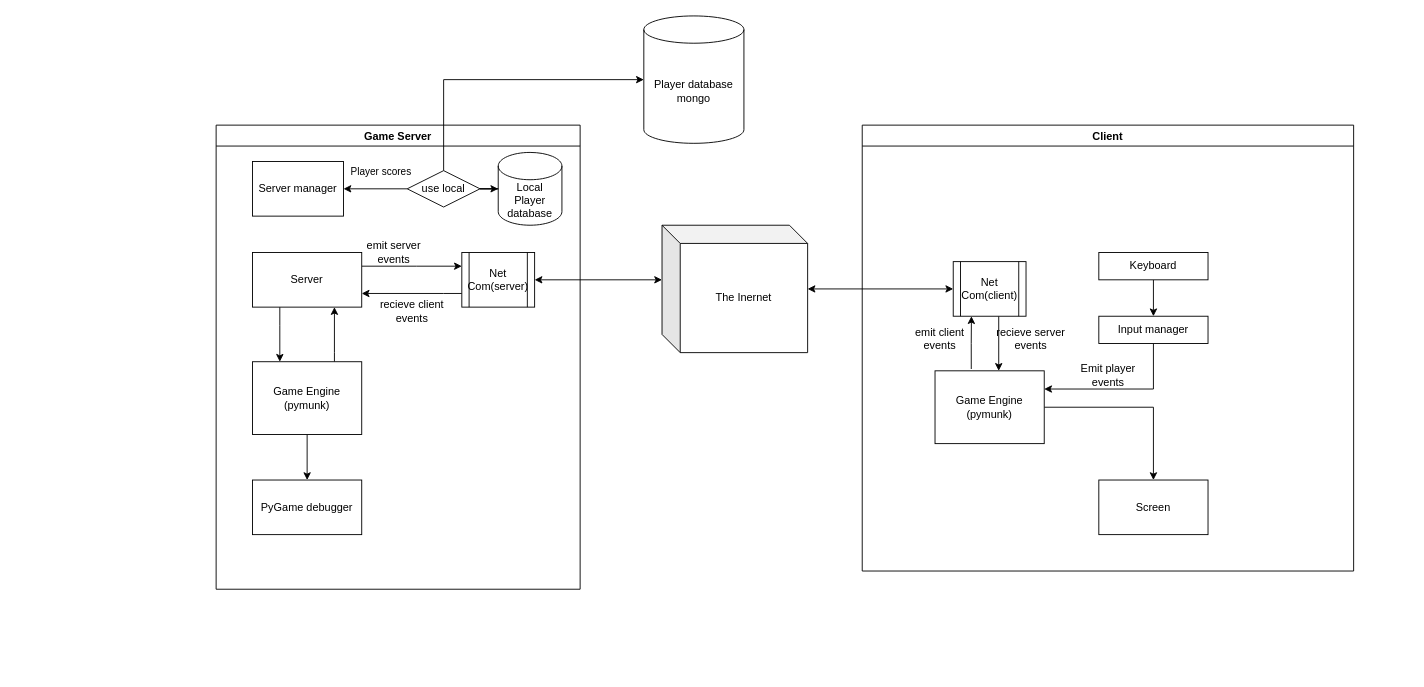
The draw.io diagram src/doc/pipeline.drawio in Tubular-Terriers/code-jam, before the edit. Source tidied: cells renumbered, new cells numbered last; positions are measured from the earlier drawing's top-left corner, leaving out a move shared by most shapes. Both pictures are drawn from the tidied source at 91%, with x=0, y=0 at pixel (216, 15).
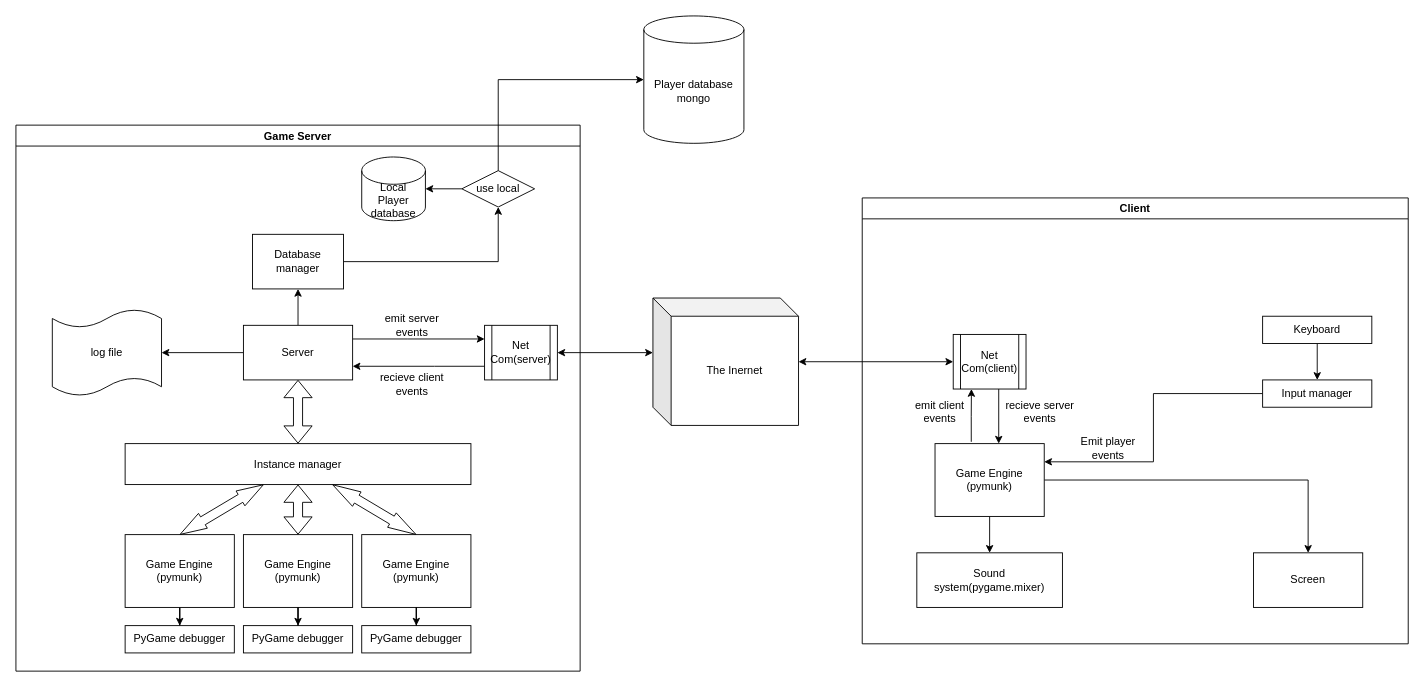
Above is the later version.

Commit message:
add sounds, update server side structure

Unchanged cells that the change refers to:
```xml
<mxCell id="5" value="Game Engine&lt;br&gt;(pymunk)" style="rounded=0;whiteSpace=wrap;html=1;" parent="2" vertex="1">
  <mxGeometry x="80" y="270" width="120" height="80" as="geometry" />
</mxCell>
<mxCell id="30" value="Player database&lt;br&gt;mongo" style="shape=cylinder3;whiteSpace=wrap;html=1;boundedLbl=1;backgroundOutline=1;size=15;" parent="1" vertex="1">
  <mxGeometry x="470" width="110" height="140" as="geometry" />
</mxCell>
```

The edit, as a diff of the source:
```diff
@@
     <mxCell id="2" value="Client" style="swimlane;" parent="1" vertex="1">
-      <mxGeometry x="710" y="120" width="540" height="490" as="geometry" />
+      <mxGeometry x="710" y="200" width="600" height="490" as="geometry" />
     </mxCell>
@@
+    <mxCell id="39" style="edgeStyle=orthogonalEdgeStyle;rounded=0;jettySize=auto;html=1;entryX=0.5;entryY=0;entryDx=0;entryDy=0;" parent="2" edge="1" source="5" target="40">
+      <mxGeometry relative="1" as="geometry" />
+    </mxCell>
@@
     <mxCell id="8" value="recieve server&lt;br&gt;events" style="text;html=1;align=center;verticalAlign=middle;strokeColor=none;" parent="2" vertex="1">
-      <mxGeometry x="140" y="220" width="90" height="30" as="geometry" />
+      <mxGeometry x="150" y="220" width="90" height="30" as="geometry" />
     </mxCell>
@@
     <mxCell id="11" value="Keyboard" style="rounded=0;whiteSpace=wrap;html=1;" parent="2" vertex="1">
-      <mxGeometry x="260" y="140" width="120" height="30" as="geometry" />
+      <mxGeometry x="440" y="130" width="120" height="30" as="geometry" />
     </mxCell>
@@
     <mxCell id="13" value="Input manager" style="rounded=0;whiteSpace=wrap;html=1;" parent="2" vertex="1">
-      <mxGeometry x="260" y="210" width="120" height="30" as="geometry" />
+      <mxGeometry x="440" y="200" width="120" height="30" as="geometry" />
     </mxCell>
@@
     <mxCell id="15" value="Screen" style="rounded=0;whiteSpace=wrap;html=1;" parent="2" vertex="1">
-      <mxGeometry x="260" y="390" width="120" height="60" as="geometry" />
+      <mxGeometry x="430" y="390" width="120" height="60" as="geometry" />
     </mxCell>
+    <mxCell id="40" value="Sound system(pygame.mixer)" style="rounded=0;whiteSpace=wrap;html=1;" parent="2" vertex="1">
+      <mxGeometry x="60" y="390" width="160" height="60" as="geometry" />
+    </mxCell>
     <mxCell id="16" value="Game Server" style="swimlane;" parent="1" vertex="1">
-      <mxGeometry y="120" width="400" height="510" as="geometry" />
+      <mxGeometry x="-220" y="120" width="620" height="600" as="geometry" />
     </mxCell>
-    <mxCell id="17" style="edgeStyle=orthogonalEdgeStyle;rounded=0;jettySize=auto;html=1;" parent="16" edge="1" source="19" target="24">
-      <mxGeometry relative="1" as="geometry">
-        <Array as="points">
-          <mxPoint x="130" y="250" />
-          <mxPoint x="130" y="250" />
-        </Array>
-      </mxGeometry>
-    </mxCell>
@@
     <mxCell id="19" value="Game Engine&lt;br&gt;(pymunk)" style="rounded=0;whiteSpace=wrap;html=1;" parent="16" vertex="1">
-      <mxGeometry x="40" y="260" width="120" height="80" as="geometry" />
+      <mxGeometry x="120" y="450" width="120" height="80" as="geometry" />
     </mxCell>
     <mxCell id="20" style="edgeStyle=orthogonalEdgeStyle;rounded=0;jettySize=auto;html=1;entryX=1;entryY=0.75;entryDx=0;entryDy=0;startArrow=none;startFill=0;" parent="16" edge="1" source="21" target="24">
       <mxGeometry relative="1" as="geometry">
         <Array as="points">
-          <mxPoint x="250" y="185" />
-          <mxPoint x="250" y="185" />
+          <mxPoint x="460" y="265" />
+          <mxPoint x="460" y="265" />
         </Array>
       </mxGeometry>
     </mxCell>
     <mxCell id="21" value="Net Com(server)" style="shape=process;whiteSpace=wrap;html=1;backgroundOutline=1;" parent="16" vertex="1">
-      <mxGeometry x="270" y="140" width="80" height="60" as="geometry" />
+      <mxGeometry x="515" y="220" width="80" height="60" as="geometry" />
     </mxCell>
-    <mxCell id="22" style="edgeStyle=orthogonalEdgeStyle;rounded=0;jettySize=auto;html=1;entryX=0.25;entryY=0;entryDx=0;entryDy=0;" parent="16" edge="1" source="24" target="19">
-      <mxGeometry relative="1" as="geometry">
-        <Array as="points">
-          <mxPoint x="70" y="220" />
-          <mxPoint x="70" y="220" />
-        </Array>
-      </mxGeometry>
-    </mxCell>
     <mxCell id="23" style="edgeStyle=orthogonalEdgeStyle;rounded=0;jettySize=auto;html=1;entryX=0;entryY=0.25;entryDx=0;entryDy=0;startArrow=none;startFill=0;" parent="16" edge="1" source="24" target="21">
       <mxGeometry relative="1" as="geometry">
         <Array as="points">
-          <mxPoint x="220" y="155" />
-          <mxPoint x="220" y="155" />
+          <mxPoint x="430" y="235" />
+          <mxPoint x="430" y="235" />
         </Array>
       </mxGeometry>
     </mxCell>
+    <mxCell id="41" style="edgeStyle=orthogonalEdgeStyle;rounded=0;jettySize=auto;html=1;entryX=0.5;entryY=1;entryDx=0;entryDy=0;" parent="16" edge="1" source="24" target="25">
+      <mxGeometry relative="1" as="geometry" />
+    </mxCell>
+    <mxCell id="42" style="edgeStyle=orthogonalEdgeStyle;rounded=0;jettySize=auto;html=1;entryX=1;entryY=0.5;entryDx=0;entryDy=0;entryPerimeter=0;" parent="16" edge="1" source="24" target="54">
+      <mxGeometry relative="1" as="geometry" />
+    </mxCell>
     <mxCell id="24" value="Server" style="rounded=0;whiteSpace=wrap;html=1;" parent="16" vertex="1">
-      <mxGeometry x="40" y="140" width="120" height="60" as="geometry" />
+      <mxGeometry x="250" y="220" width="120" height="60" as="geometry" />
     </mxCell>
+    <mxCell id="34" style="edgeStyle=orthogonalEdgeStyle;rounded=0;jettySize=auto;html=1;entryX=0.5;entryY=1;entryDx=0;entryDy=0;" parent="16" edge="1" source="25" target="33">
+      <mxGeometry relative="1" as="geometry" />
+    </mxCell>
-    <mxCell id="25" value="Server manager" style="rounded=0;whiteSpace=wrap;html=1;" parent="16" vertex="1">
-      <mxGeometry x="40" y="40" width="100" height="60" as="geometry" />
+    <mxCell id="25" value="Database manager" style="rounded=0;whiteSpace=wrap;html=1;" parent="16" vertex="1">
+      <mxGeometry x="260" y="120" width="100" height="60" as="geometry" />
     </mxCell>
     <mxCell id="26" value="Local&lt;br&gt;Player database" style="shape=cylinder3;whiteSpace=wrap;html=1;boundedLbl=1;backgroundOutline=1;size=15;" parent="16" vertex="1">
-      <mxGeometry x="310" y="30" width="70" height="80" as="geometry" />
+      <mxGeometry x="380" y="35" width="70" height="70" as="geometry" />
     </mxCell>
     <mxCell id="27" value="emit server&lt;br&gt;events" style="text;html=1;align=center;verticalAlign=middle;strokeColor=none;" parent="16" vertex="1">
-      <mxGeometry x="160" y="125" width="70" height="30" as="geometry" />
+      <mxGeometry x="400" y="205" width="70" height="30" as="geometry" />
     </mxCell>
     <mxCell id="28" value="recieve client&lt;br&gt;events" style="text;html=1;align=center;verticalAlign=middle;strokeColor=none;" parent="16" vertex="1">
-      <mxGeometry x="170" y="190" width="90" height="30" as="geometry" />
+      <mxGeometry x="390" y="270" width="90" height="30" as="geometry" />
     </mxCell>
     <mxCell id="29" value="PyGame debugger" style="rounded=0;whiteSpace=wrap;html=1;" parent="16" vertex="1">
-      <mxGeometry x="40" y="390" width="120" height="60" as="geometry" />
+      <mxGeometry x="120" y="550" width="120" height="30" as="geometry" />
     </mxCell>
+    <mxCell id="43" value="Game Engine&lt;br&gt;(pymunk)" style="rounded=0;whiteSpace=wrap;html=1;" parent="16" vertex="1">
+      <mxGeometry x="250" y="450" width="120" height="80" as="geometry" />
+    </mxCell>
+    <mxCell id="44" value="PyGame debugger" style="rounded=0;whiteSpace=wrap;html=1;" parent="16" vertex="1">
+      <mxGeometry x="250" y="550" width="120" height="30" as="geometry" />
+    </mxCell>
+    <mxCell id="45" style="edgeStyle=orthogonalEdgeStyle;rounded=0;jettySize=auto;html=1;entryX=0.5;entryY=0;entryDx=0;entryDy=0;startArrow=none;startFill=0;" parent="16" edge="1" source="43" target="44">
+      <mxGeometry relative="1" as="geometry" />
+    </mxCell>
+    <mxCell id="46" value="Instance manager" style="rounded=0;whiteSpace=wrap;html=1;" parent="16" vertex="1">
+      <mxGeometry x="120" y="350" width="380" height="45" as="geometry" />
+    </mxCell>
+    <mxCell id="31" style="edgeStyle=orthogonalEdgeStyle;rounded=0;jettySize=auto;html=1;entryX=1;entryY=0.5;entryDx=0;entryDy=0;entryPerimeter=0;" parent="16" edge="1" source="33" target="26">
+      <mxGeometry relative="1" as="geometry" />
+    </mxCell>
+    <mxCell id="33" value="use local" style="rhombus;whiteSpace=wrap;html=1;" parent="16" vertex="1">
+      <mxGeometry x="490" y="50" width="80" height="40" as="geometry" />
+    </mxCell>
+    <mxCell id="47" style="shape=flexArrow;endArrow=classic;startArrow=classic;html=1;entryX=0.5;entryY=1;entryDx=0;entryDy=0;" parent="16" edge="1" source="46" target="24">
+      <mxGeometry relative="1" as="geometry" />
+    </mxCell>
+    <mxCell id="48" value="Game Engine&lt;br&gt;(pymunk)" style="rounded=0;whiteSpace=wrap;html=1;" parent="16" vertex="1">
+      <mxGeometry x="380" y="450" width="120" height="80" as="geometry" />
+    </mxCell>
+    <mxCell id="49" value="PyGame debugger" style="rounded=0;whiteSpace=wrap;html=1;" parent="16" vertex="1">
+      <mxGeometry x="380" y="550" width="120" height="30" as="geometry" />
+    </mxCell>
+    <mxCell id="50" style="edgeStyle=orthogonalEdgeStyle;rounded=0;jettySize=auto;html=1;entryX=0.5;entryY=0;entryDx=0;entryDy=0;startArrow=none;startFill=0;" parent="16" edge="1" source="48" target="49">
+      <mxGeometry relative="1" as="geometry" />
+    </mxCell>
+    <mxCell id="51" style="shape=flexArrow;endArrow=classic;startArrow=classic;html=1;exitX=0.5;exitY=0;exitDx=0;exitDy=0;endWidth=8;endSize=9.388571428571428;startWidth=8;startSize=9.388571428571428;" parent="16" edge="1" source="19" target="46">
+      <mxGeometry relative="1" as="geometry" />
+    </mxCell>
+    <mxCell id="52" style="shape=flexArrow;endArrow=classic;startArrow=classic;html=1;entryX=0.5;entryY=0;entryDx=0;entryDy=0;startWidth=7.428571428571429;startSize=9.90857142857143;endWidth=7.428571428571429;endSize=9.90857142857143;" parent="16" edge="1" source="46" target="48">
+      <mxGeometry relative="1" as="geometry" />
+    </mxCell>
+    <mxCell id="53" style="shape=flexArrow;endArrow=classic;startArrow=classic;html=1;entryX=0.5;entryY=0;entryDx=0;entryDy=0;" parent="16" edge="1" target="43">
+      <mxGeometry relative="1" as="geometry">
+        <mxPoint x="310" y="395" as="sourcePoint" />
+      </mxGeometry>
+    </mxCell>
+    <mxCell id="54" value="log file" style="shape=tape;whiteSpace=wrap;html=1;size=0.21052631578947367;" parent="16" vertex="1">
+      <mxGeometry x="40" y="202.5" width="120" height="95" as="geometry" />
+    </mxCell>
@@
-    <mxCell id="31" style="edgeStyle=orthogonalEdgeStyle;rounded=0;jettySize=auto;html=1;startArrow=none;startFill=1;entryX=0;entryY=0.5;entryDx=0;entryDy=0;entryPerimeter=0;" parent="1" edge="1" source="33" target="26">
-      <mxGeometry relative="1" as="geometry" />
-    </mxCell>
     <mxCell id="32" style="edgeStyle=orthogonalEdgeStyle;rounded=0;jettySize=auto;html=1;entryX=0;entryY=0.5;entryDx=0;entryDy=0;entryPerimeter=0;startArrow=none;startFill=0;" parent="1" edge="1" source="33" target="30">
       <mxGeometry relative="1" as="geometry">
         <Array as="points">
-          <mxPoint x="250" y="70" />
+          <mxPoint x="310" y="70" />
         </Array>
       </mxGeometry>
     </mxCell>
-    <mxCell id="33" value="use local" style="rhombus;whiteSpace=wrap;html=1;" parent="1" vertex="1">
-      <mxGeometry x="210" y="170" width="80" height="40" as="geometry" />
-    </mxCell>
-    <mxCell id="34" style="edgeStyle=orthogonalEdgeStyle;rounded=0;jettySize=auto;html=1;startArrow=classic;startFill=1;endArrow=none;" parent="1" edge="1" source="25" target="33">
-      <mxGeometry relative="1" as="geometry">
-        <Array as="points">
-          <mxPoint x="250" y="190" />
-        </Array>
-      </mxGeometry>
-    </mxCell>
-    <mxCell id="35" value="Player scores" style="edgeLabel;html=1;align=center;verticalAlign=middle;" parent="34" vertex="1">
-      <mxGeometry x="-0.46" y="1" relative="1" as="geometry">
-        <mxPoint x="21" y="-19" as="offset" />
-      </mxGeometry>
-    </mxCell>
@@
     <mxCell id="37" value="The Inernet" style="shape=cube;whiteSpace=wrap;html=1;boundedLbl=1;backgroundOutline=1;darkOpacity=0.05;darkOpacity2=0.1;" parent="1" vertex="1">
-      <mxGeometry x="490" y="230" width="160" height="140" as="geometry" />
+      <mxGeometry x="480" y="310" width="160" height="140" as="geometry" />
     </mxCell>
```
